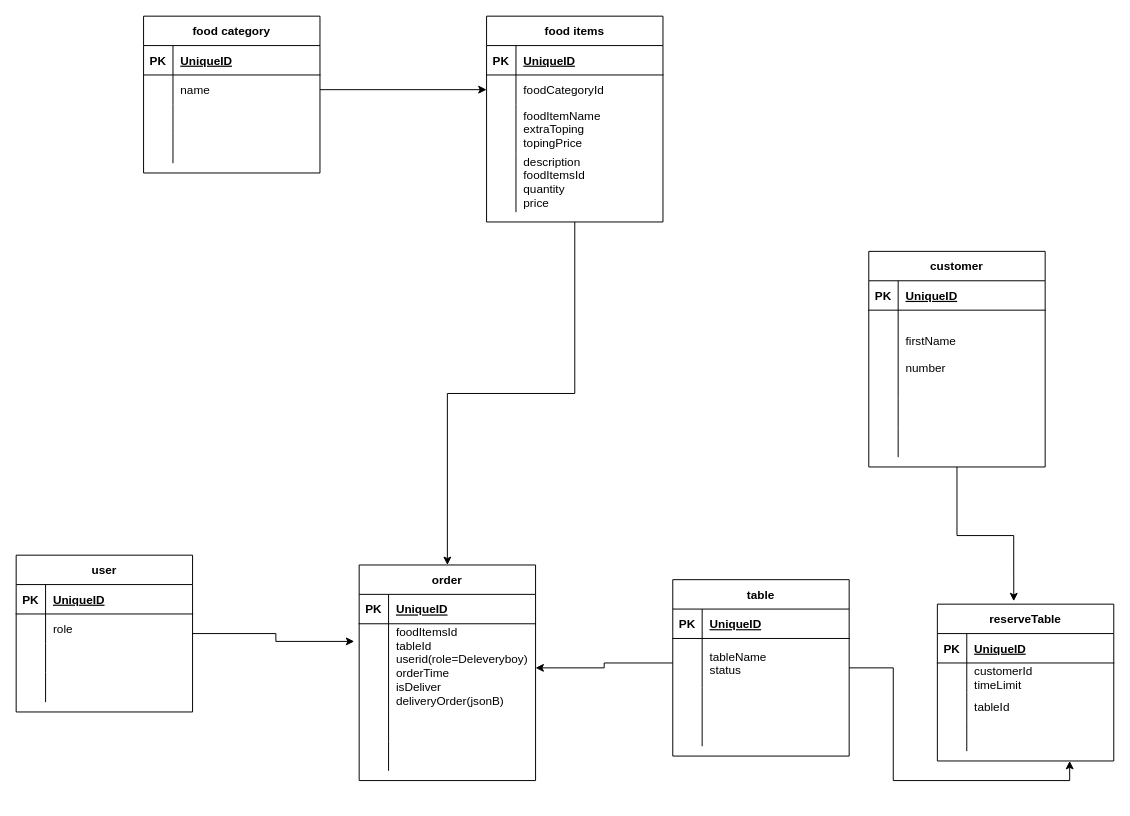
Before: pointofsale.drawio in zaryabali786/erdDiagram, a draw.io diagram. Source tidied: cells renumbered, new cells numbered last; positions are measured from the earlier drawing's top-left corner, leaving out a move shared by most shapes. Both pictures are drawn from the tidied source at 98%, with x=0, y=0 at pixel (16, 16).
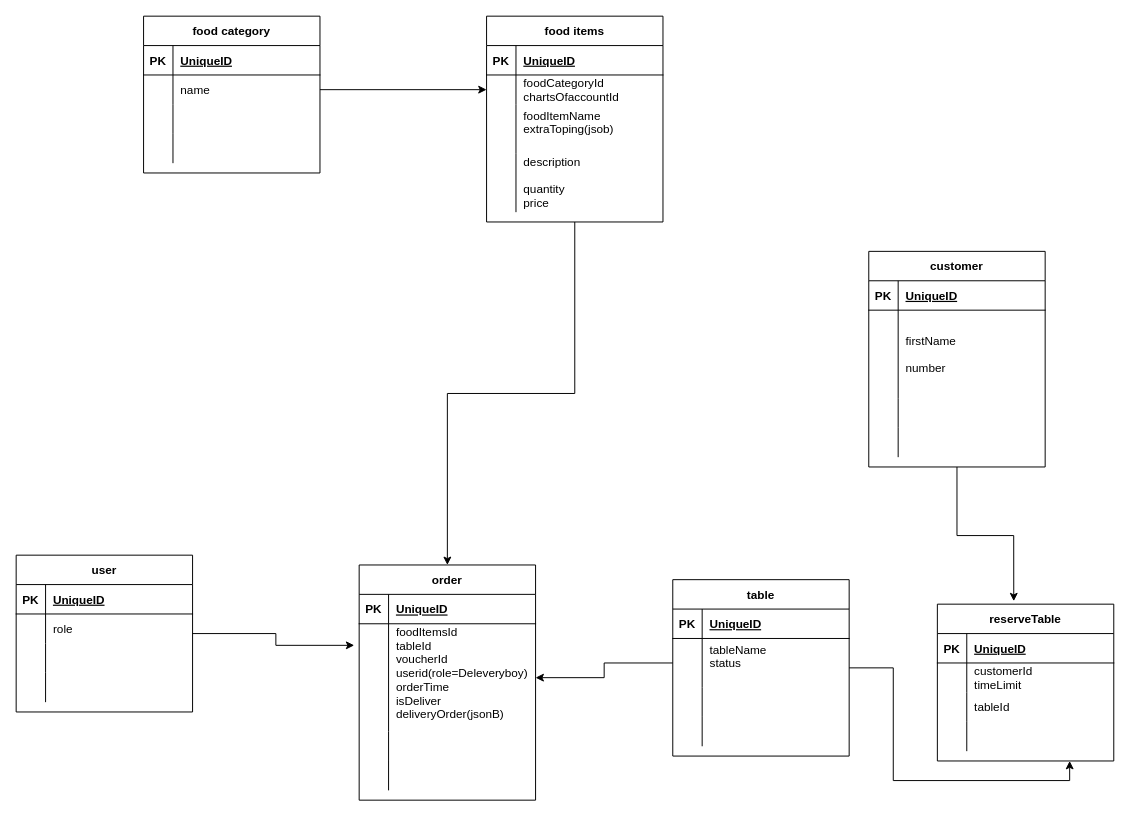
The same page after the edit.

The change refers to these unchanged cells:
```xml
<mxCell id="20" style="shape=tableRow;horizontal=0;startSize=0;swimlaneHead=0;swimlaneBody=0;fillColor=none;points=[[0,0.5],[1,0.5]];portConstraint=eastwest;top=0;left=0;right=0;bottom=0;" parent="16" vertex="1">
  <mxGeometry y="60" width="180" height="50" as="geometry" />
</mxCell>
<mxCell id="76" style="shape=tableRow;horizontal=0;startSize=0;swimlaneHead=0;swimlaneBody=0;fillColor=none;points=[[0,0.5],[1,0.5]];portConstraint=eastwest;top=0;left=0;right=0;bottom=0;" parent="72" vertex="1">
  <mxGeometry y="60" width="180" height="30" as="geometry" />
</mxCell>
<mxCell id="79" style="shape=tableRow;horizontal=0;startSize=0;swimlaneHead=0;swimlaneBody=0;fillColor=none;top=0;left=0;right=0;bottom=0;" parent="72" vertex="1">
  <mxGeometry y="90" width="180" height="50" as="geometry" />
</mxCell>
<mxCell id="82" style="shape=tableRow;horizontal=0;startSize=0;swimlaneHead=0;swimlaneBody=0;fillColor=none;top=0;left=0;right=0;bottom=0;" parent="72" vertex="1">
  <mxGeometry y="140" width="180" height="60" as="geometry" />
</mxCell>
```

What changed in the source:
```diff
@@
     <mxCell id="2" value="order" style="shape=table;startSize=30;childLayout=tableLayout;rowLines=0;fontStyle=1;align=center;" parent="1" vertex="1">
-      <mxGeometry x="350" y="560" width="180" height="220" as="geometry" />
+      <mxGeometry x="350" y="560" width="180" height="240" as="geometry" />
     </mxCell>
@@
     <mxCell id="6" style="shape=tableRow;horizontal=0;startSize=0;swimlaneHead=0;swimlaneBody=0;fillColor=none;points=[[0,0.5],[1,0.5]];portConstraint=eastwest;top=0;left=0;right=0;bottom=0;" parent="2" vertex="1">
-      <mxGeometry y="60" width="180" height="90" as="geometry" />
+      <mxGeometry y="60" width="180" height="110" as="geometry" />
     </mxCell>
     <mxCell id="7" style="shape=partialRectangle;fillColor=none;top=0;left=0;bottom=0;right=0;overflow=hidden;" parent="6" vertex="1">
-      <mxGeometry width="30" height="90" as="geometry" />
+      <mxGeometry width="30" height="110" as="geometry" />
     </mxCell>
-    <mxCell id="8" value="foodItemsId&#10;tableId&#10;userid(role=Deleveryboy)&#10;orderTime&#10;isDeliver&#10;deliveryOrder(jsonB)&#10;" style="shape=partialRectangle;fillColor=none;top=0;left=0;bottom=0;right=0;align=left;spacingLeft=6;overflow=hidden;" parent="6" vertex="1">
-      <mxGeometry x="30" width="150" height="90" as="geometry" />
+    <mxCell id="8" value="foodItemsId&#10;tableId&#10;voucherId&#10;userid(role=Deleveryboy)&#10;orderTime&#10;isDeliver&#10;deliveryOrder(jsonB)&#10;" style="shape=partialRectangle;fillColor=none;top=0;left=0;bottom=0;right=0;align=left;spacingLeft=6;overflow=hidden;" parent="6" vertex="1">
+      <mxGeometry x="30" width="150" height="110" as="geometry" />
     </mxCell>
     <mxCell id="9" style="shape=tableRow;horizontal=0;startSize=0;swimlaneHead=0;swimlaneBody=0;fillColor=none;top=0;left=0;right=0;bottom=0;" parent="2" vertex="1">
-      <mxGeometry y="150" width="180" height="30" as="geometry" />
+      <mxGeometry y="170" width="180" height="30" as="geometry" />
     </mxCell>
@@
     <mxCell id="12" style="shape=tableRow;horizontal=0;startSize=0;swimlaneHead=0;swimlaneBody=0;fillColor=none;top=0;left=0;right=0;bottom=0;" parent="2" vertex="1">
-      <mxGeometry y="180" width="180" height="30" as="geometry" />
+      <mxGeometry y="200" width="180" height="30" as="geometry" />
     </mxCell>
@@
-    <mxCell id="22" value="tableName&#10;status" style="shape=partialRectangle;fillColor=none;top=0;left=0;bottom=0;right=0;align=left;spacingLeft=6;overflow=hidden;" parent="20" vertex="1">
+    <mxCell id="22" value="tableName&#10;status&#10;" style="shape=partialRectangle;fillColor=none;top=0;left=0;bottom=0;right=0;align=left;spacingLeft=6;overflow=hidden;" parent="20" vertex="1">
       <mxGeometry x="30" width="150" height="50" as="geometry" />
     </mxCell>
@@
-    <mxCell id="78" value="foodCategoryId" style="shape=partialRectangle;fillColor=none;top=0;left=0;bottom=0;right=0;align=left;spacingLeft=6;overflow=hidden;" parent="76" vertex="1">
+    <mxCell id="78" value="foodCategoryId&#10;chartsOfaccountId" style="shape=partialRectangle;fillColor=none;top=0;left=0;bottom=0;right=0;align=left;spacingLeft=6;overflow=hidden;" parent="76" vertex="1">
       <mxGeometry x="30" width="150" height="30" as="geometry" />
     </mxCell>
@@
-    <mxCell id="81" value="foodItemName&#10;extraToping&#10;topingPrice" style="shape=partialRectangle;fillColor=none;top=0;left=0;bottom=0;right=0;align=left;spacingLeft=6;overflow=hidden;" parent="79" vertex="1">
+    <mxCell id="81" value="foodItemName&#10;extraToping(jsob)&#10;" style="shape=partialRectangle;fillColor=none;top=0;left=0;bottom=0;right=0;align=left;spacingLeft=6;overflow=hidden;" parent="79" vertex="1">
       <mxGeometry x="30" width="150" height="50" as="geometry" />
     </mxCell>
@@
-    <mxCell id="84" value="description&#10;foodItemsId&#10;quantity&#10;price&#10;" style="shape=partialRectangle;fillColor=none;top=0;left=0;bottom=0;right=0;align=left;spacingLeft=6;overflow=hidden;" parent="82" vertex="1">
+    <mxCell id="84" value="description&#10;&#10;quantity&#10;price&#10;" style="shape=partialRectangle;fillColor=none;top=0;left=0;bottom=0;right=0;align=left;spacingLeft=6;overflow=hidden;" parent="82" vertex="1">
       <mxGeometry x="30" width="150" height="60" as="geometry" />
     </mxCell>
```
